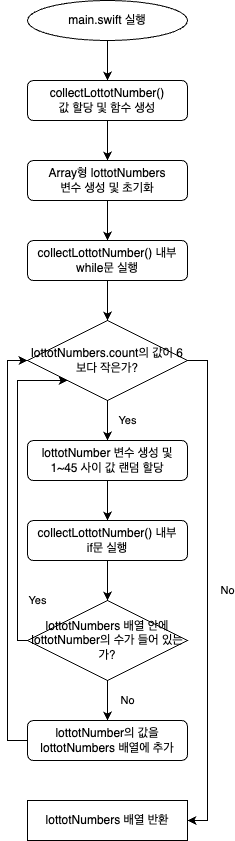
Before: week2_step1.png, a diagram exported from draw.io (yagom-academy/swift-starter-Round2). Source tidied: cells renumbered, new cells last; positions are measured from the earlier drawing's top-left corner, leaving out a move shared by most shapes.
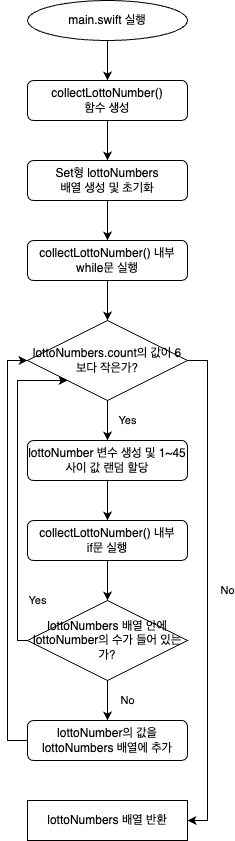
After the change.

Commit message:
다이어그램 수정

Change to the diagram source:
```diff
@@ -11,13 +11,13 @@
     <mxCell id="4" style="edgeStyle=orthogonalEdgeStyle;rounded=0;jettySize=auto;html=1;exitX=0.5;exitY=1;exitDx=0;exitDy=0;entryX=0.5;entryY=0;entryDx=0;entryDy=0;" parent="1" edge="1" source="5" target="7">
       <mxGeometry relative="1" as="geometry" />
     </mxCell>
-    <mxCell id="5" value="collectLottotNumber()&lt;br&gt;값 할당 및 함수 생성" style="rounded=1;whiteSpace=wrap;html=1;" parent="1" vertex="1">
+    <mxCell id="5" value="collectLottoNumber()&lt;br&gt;함수 생성" style="rounded=1;whiteSpace=wrap;html=1;" parent="1" vertex="1">
       <mxGeometry x="20" y="80" width="160" height="40" as="geometry" />
     </mxCell>
     <mxCell id="6" style="edgeStyle=orthogonalEdgeStyle;rounded=0;jettySize=auto;html=1;exitX=0.5;exitY=1;exitDx=0;exitDy=0;entryX=0.5;entryY=0;entryDx=0;entryDy=0;" parent="1" edge="1" source="7" target="14">
       <mxGeometry relative="1" as="geometry" />
     </mxCell>
-    <mxCell id="7" value="Array형 lottotNumbers&lt;br&gt;변수 생성 및 초기화" style="rounded=1;whiteSpace=wrap;html=1;" parent="1" vertex="1">
+    <mxCell id="7" value="Set형 lottoNumbers&lt;br&gt;배열 생성 및 초기화" style="rounded=1;whiteSpace=wrap;html=1;" parent="1" vertex="1">
       <mxGeometry x="20" y="160" width="160" height="40" as="geometry" />
     </mxCell>
     <mxCell id="8" value="Yes" style="edgeStyle=orthogonalEdgeStyle;rounded=0;jettySize=auto;html=1;exitX=0.5;exitY=1;exitDx=0;exitDy=0;entryX=0.5;entryY=0;entryDx=0;entryDy=0;" parent="1" edge="1" source="10" target="12">
@@ -26,19 +26,19 @@
     <mxCell id="9" value="No" style="edgeStyle=orthogonalEdgeStyle;rounded=0;jettySize=auto;html=1;exitX=1;exitY=0.5;exitDx=0;exitDy=0;entryX=1;entryY=0.5;entryDx=0;entryDy=0;" parent="1" edge="1" source="10" target="20">
       <mxGeometry y="20" relative="1" as="geometry" />
     </mxCell>
-    <mxCell id="10" value="lottotNumbers.count의 값이 6보다 작은가?" style="rhombus;whiteSpace=wrap;html=1;" parent="1" vertex="1">
+    <mxCell id="10" value="lottoNumbers.count의 값이 6보다 작은가?" style="rhombus;whiteSpace=wrap;html=1;" parent="1" vertex="1">
       <mxGeometry x="20" y="320" width="160" height="80" as="geometry" />
     </mxCell>
     <mxCell id="11" style="edgeStyle=orthogonalEdgeStyle;rounded=0;jettySize=auto;html=1;exitX=0.5;exitY=1;exitDx=0;exitDy=0;entryX=0.5;entryY=0;entryDx=0;entryDy=0;" parent="1" edge="1" source="12" target="22">
       <mxGeometry relative="1" as="geometry" />
     </mxCell>
-    <mxCell id="12" value="lottotNumber 변수 생성 및 1~45 사이 값 랜덤 할당" style="rounded=1;whiteSpace=wrap;html=1;" parent="1" vertex="1">
+    <mxCell id="12" value="lottoNumber 변수 생성 및 1~45 사이 값 랜덤 할당" style="rounded=1;whiteSpace=wrap;html=1;" parent="1" vertex="1">
       <mxGeometry x="20" y="440" width="160" height="40" as="geometry" />
     </mxCell>
     <mxCell id="13" style="edgeStyle=orthogonalEdgeStyle;rounded=0;jettySize=auto;html=1;exitX=0.5;exitY=1;exitDx=0;exitDy=0;entryX=0.5;entryY=0;entryDx=0;entryDy=0;" parent="1" edge="1" source="14" target="10">
       <mxGeometry relative="1" as="geometry" />
     </mxCell>
-    <mxCell id="14" value="collectLottotNumber() 내부&lt;br&gt;while문 실행" style="rounded=1;whiteSpace=wrap;html=1;" parent="1" vertex="1">
+    <mxCell id="14" value="collectLottoNumber() 내부&lt;br&gt;while문 실행" style="rounded=1;whiteSpace=wrap;html=1;" parent="1" vertex="1">
       <mxGeometry x="20" y="240" width="160" height="40" as="geometry" />
     </mxCell>
     <mxCell id="15" value="Yes" style="edgeStyle=orthogonalEdgeStyle;rounded=0;jettySize=auto;html=1;exitX=0;exitY=0.5;exitDx=0;exitDy=0;entryX=0;entryY=1;entryDx=0;entryDy=0;" parent="1" edge="1" source="17" target="10">
@@ -52,7 +52,7 @@
     <mxCell id="16" value="No" style="edgeStyle=orthogonalEdgeStyle;rounded=0;jettySize=auto;html=1;exitX=0.5;exitY=1;exitDx=0;exitDy=0;entryX=0.5;entryY=0;entryDx=0;entryDy=0;" parent="1" edge="1" source="17" target="19">
       <mxGeometry y="20" relative="1" as="geometry" />
     </mxCell>
-    <mxCell id="17" value="lottotNumbers 배열 안에 lottotNumber의 수가 들어 있는가?" style="rhombus;whiteSpace=wrap;html=1;" parent="1" vertex="1">
+    <mxCell id="17" value="lottoNumbers 배열 안에 lottoNumber의 수가 들어 있는가?" style="rhombus;whiteSpace=wrap;html=1;" parent="1" vertex="1">
       <mxGeometry x="20" y="600" width="160" height="80" as="geometry" />
     </mxCell>
     <mxCell id="18" style="edgeStyle=orthogonalEdgeStyle;rounded=0;jettySize=auto;html=1;exitX=0;exitY=0.5;exitDx=0;exitDy=0;entryX=0;entryY=0.5;entryDx=0;entryDy=0;" parent="1" edge="1" source="19" target="10">
@@ -63,16 +63,16 @@
         </Array>
       </mxGeometry>
     </mxCell>
-    <mxCell id="19" value="lottotNumber의 값을 lottotNumbers 배열에 추가" style="rounded=1;whiteSpace=wrap;html=1;" parent="1" vertex="1">
+    <mxCell id="19" value="lottoNumber의 값을 lottoNumbers 배열에 추가" style="rounded=1;whiteSpace=wrap;html=1;" parent="1" vertex="1">
       <mxGeometry x="20" y="720" width="160" height="40" as="geometry" />
     </mxCell>
-    <mxCell id="20" value="lottotNumbers 배열 반환" style="rounded=0;whiteSpace=wrap;html=1;" parent="1" vertex="1">
+    <mxCell id="20" value="lottoNumbers 배열 반환" style="rounded=0;whiteSpace=wrap;html=1;" parent="1" vertex="1">
       <mxGeometry x="20" y="800" width="160" height="40" as="geometry" />
     </mxCell>
     <mxCell id="21" style="edgeStyle=orthogonalEdgeStyle;rounded=0;jettySize=auto;html=1;exitX=0.5;exitY=1;exitDx=0;exitDy=0;entryX=0.5;entryY=0;entryDx=0;entryDy=0;" parent="1" edge="1" source="22" target="17">
       <mxGeometry relative="1" as="geometry" />
     </mxCell>
-    <mxCell id="22" value="collectLottotNumber() 내부&lt;br&gt;if문 실행" style="rounded=1;whiteSpace=wrap;html=1;" parent="1" vertex="1">
+    <mxCell id="22" value="collectLottoNumber() 내부&lt;br&gt;if문 실행" style="rounded=1;whiteSpace=wrap;html=1;" parent="1" vertex="1">
       <mxGeometry x="20" y="520" width="160" height="40" as="geometry" />
     </mxCell>
   </root>
```
